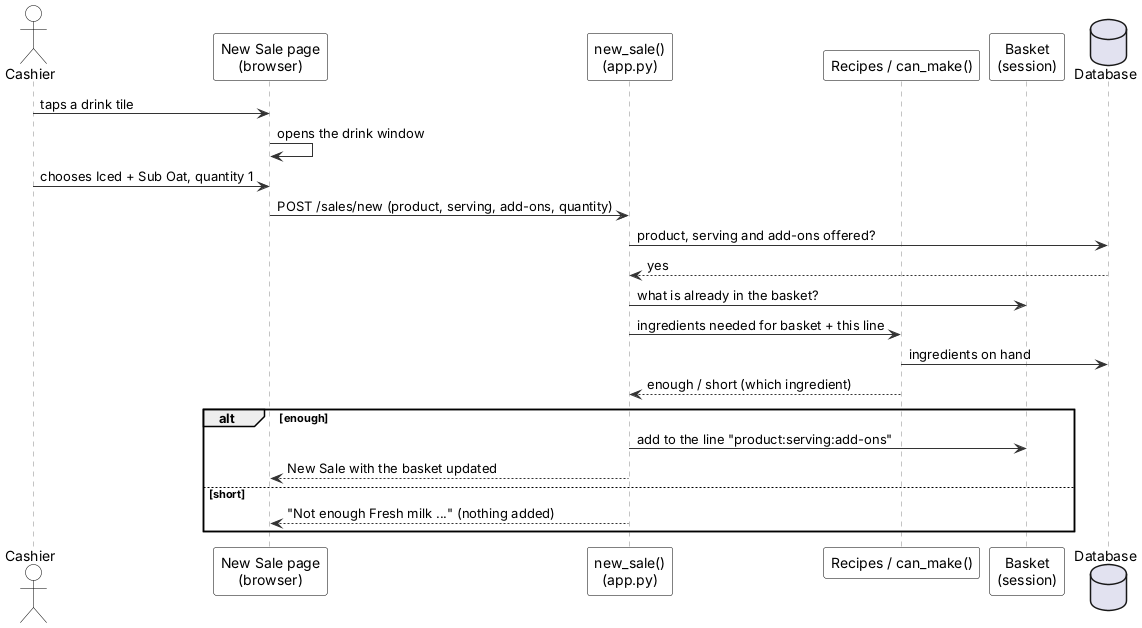
Earlier version of the PlantUML export diagrams/uml/17_seq_add_to_basket.png (JmlAsync/inventory-pos-system).
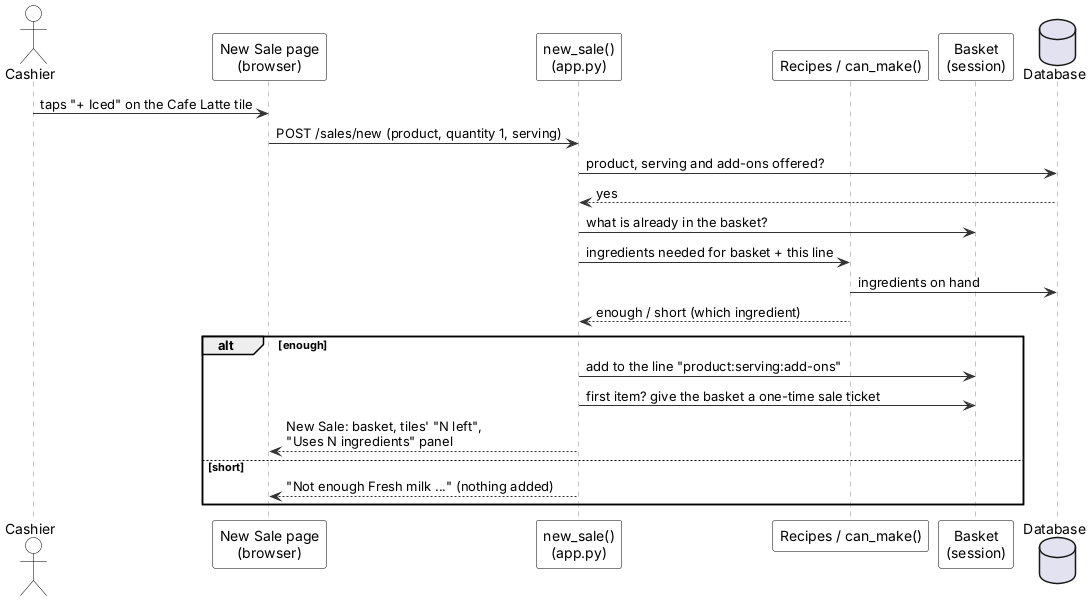
After the change.

The edit, as a diff of the source:
```diff
@@ -43,10 +43,8 @@
 participant "Recipes / can_make()" as R
 participant "Basket\n(session)" as S
 database "Database" as DB
-Cashier -> UI : taps a drink tile
-UI -> UI : opens the drink window
-Cashier -> UI : chooses Iced + Sub Oat, quantity 1
-UI -> C : POST /sales/new (product, serving, add-ons, quantity)
+Cashier -> UI : taps "+ Iced" on the Cafe Latte tile
+UI -> C : POST /sales/new (product, quantity 1, serving)
 C -> DB : product, serving and add-ons offered?
 DB --> C : yes
 C -> S : what is already in the basket?
@@ -55,7 +53,8 @@
 R --> C : enough / short (which ingredient)
 alt enough
   C -> S : add to the line "product:serving:add-ons"
-  C --> UI : New Sale with the basket updated
+  C -> S : first item? give the basket a one-time sale ticket
+  C --> UI : New Sale: basket, tiles' "N left",\n"Uses N ingredients" panel
 else short
   C --> UI : "Not enough Fresh milk ..." (nothing added)
 end
```
